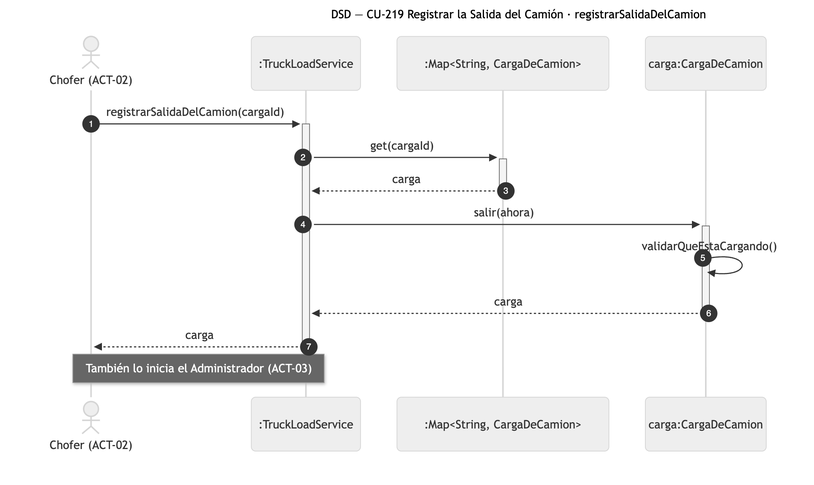
Earlier version of the Mermaid export diagramas/png/DSD_CU-219_registrarSalidaDelCamion.png (Nahuelito-Dev/splg-docs). Its source is kept beside it as diagramas/DSD_CU-219_registrarSalidaDelCamion.mmd. The source it was exported from:
```mermaid
sequenceDiagram
    title DSD — CU-219 Registrar la Salida del Camión · registrarSalidaDelCamion
    autonumber
    actor CHO as Chofer (ACT-02)
    participant SRV as :TruckLoadService
    participant COL as :Map#lt;String, CargaDeCamion#gt;
    participant CAR as carga:CargaDeCamion

    CHO->>+SRV: registrarSalidaDelCamion(cargaId)
    SRV->>+COL: get(cargaId)
    COL-->>-SRV: carga
    SRV->>+CAR: salir(ahora)
    CAR->>CAR: validarQueEstaCargando()
    CAR-->>-SRV: carga
    SRV-->>-CHO: carga
    Note over CHO,SRV: También lo inicia el Administrador (ACT-03)
```
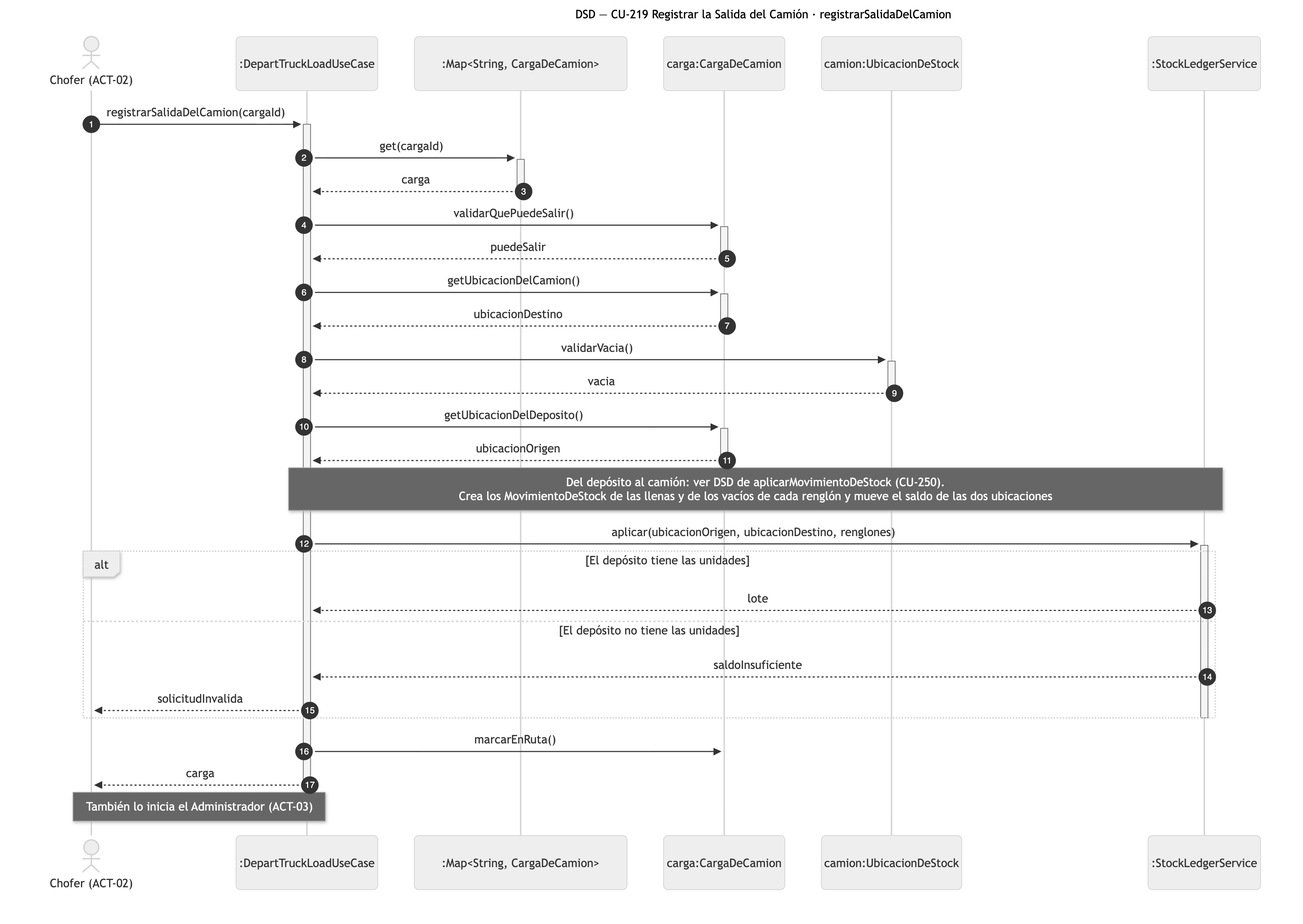
The same diagram one commit later.

What changed in the source:
```diff
@@ -2,15 +2,32 @@
     title DSD — CU-219 Registrar la Salida del Camión · registrarSalidaDelCamion
     autonumber
     actor CHO as Chofer (ACT-02)
-    participant SRV as :TruckLoadService
+    participant SRV as :DepartTruckLoadUseCase
     participant COL as :Map#lt;String, CargaDeCamion#gt;
     participant CAR as carga:CargaDeCamion
+    participant UBC as camion:UbicacionDeStock
+    participant LED as :StockLedgerService
 
     CHO->>+SRV: registrarSalidaDelCamion(cargaId)
     SRV->>+COL: get(cargaId)
     COL-->>-SRV: carga
-    SRV->>+CAR: salir(ahora)
-    CAR->>CAR: validarQueEstaCargando()
-    CAR-->>-SRV: carga
+    SRV->>+CAR: validarQuePuedeSalir()
+    CAR-->>-SRV: puedeSalir
+    SRV->>+CAR: getUbicacionDelCamion()
+    CAR-->>-SRV: ubicacionDestino
+    SRV->>+UBC: validarVacia()
+    UBC-->>-SRV: vacia
+    SRV->>+CAR: getUbicacionDelDeposito()
+    CAR-->>-SRV: ubicacionOrigen
+    Note over SRV,LED: Del depósito al camión: ver DSD de aplicarMovimientoDeStock (CU-250).<br/>Crea los MovimientoDeStock de las llenas y de los vacíos de cada renglón y mueve el saldo de las dos ubicaciones
+    SRV->>+LED: aplicar(ubicacionOrigen, ubicacionDestino, renglones)
+    alt El depósito tiene las unidades
+        LED-->>SRV: lote
+    else El depósito no tiene las unidades
+        LED-->>SRV: saldoInsuficiente
+        SRV-->>CHO: solicitudInvalida
+    end
+    deactivate LED
+    SRV->>CAR: marcarEnRuta()
     SRV-->>-CHO: carga
     Note over CHO,SRV: También lo inicia el Administrador (ACT-03)
```
